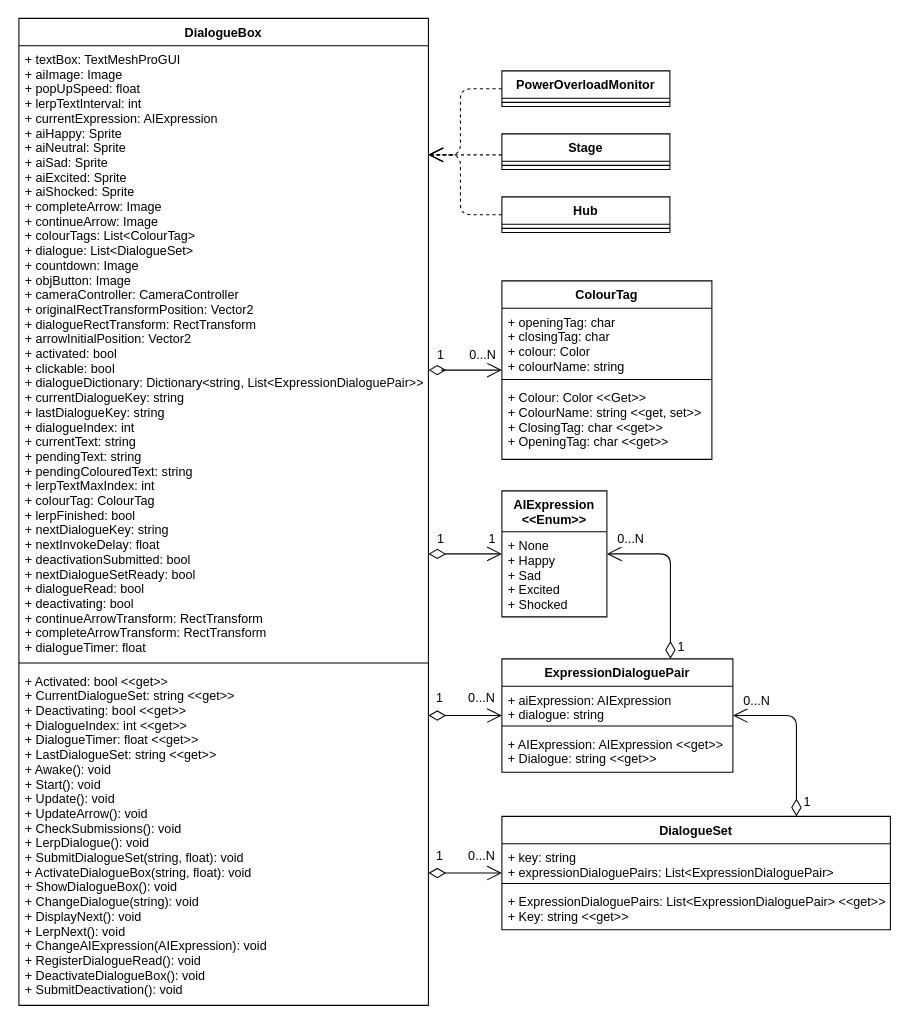
huf0001/COS30031GamesProgramming keeps this draw.io diagram as 31 - DOC - Custom Project D Level/Dialogue Restructure UML.drawio. Above is the earlier version. Source tidied: cells renumbered, new cells numbered last; positions are measured from the earlier drawing's top-left corner, leaving out a move shared by most shapes. Both pictures are drawn from the tidied source at 105%, with x=0, y=0 at pixel (19, 18).
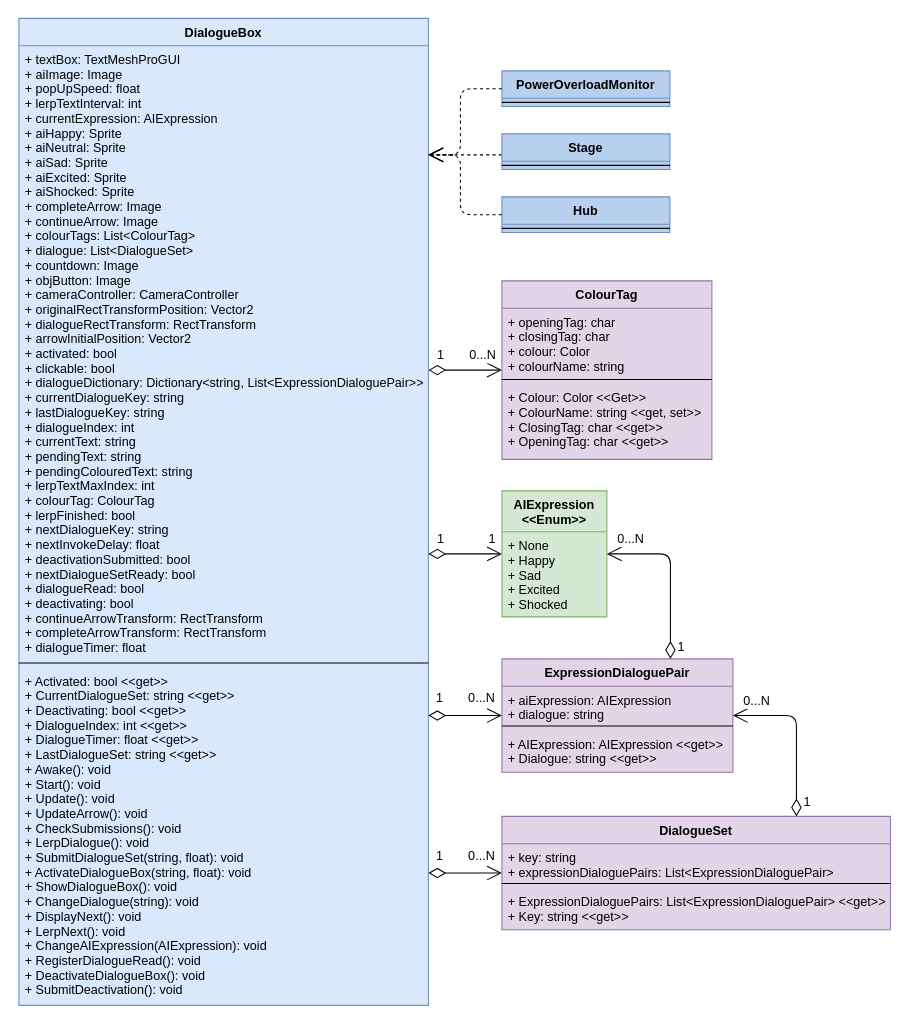
The same diagram, later.

The edit, as a diff of the source:
```diff
@@
-    <mxCell id="2" value="DialogueBox" style="swimlane;fontStyle=1;align=center;verticalAlign=top;horizontal=1;startSize=26;" parent="1" vertex="1">
+    <mxCell id="2" value="DialogueBox" style="swimlane;fontStyle=1;align=center;verticalAlign=top;horizontal=1;startSize=26;fillColor=#dae8fc;strokeColor=#6c8ebf;swimlaneFillColor=#DAE8FC;" parent="1" vertex="1">
       <mxGeometry x="-0.5" width="390" height="940" as="geometry" />
     </mxCell>
@@
-    <mxCell id="6" value="AIExpression&#10;&lt;&lt;Enum&gt;&gt;" style="swimlane;fontStyle=1;align=center;verticalAlign=top;horizontal=1;startSize=39;" parent="1" vertex="1">
+    <mxCell id="6" value="AIExpression&#10;&lt;&lt;Enum&gt;&gt;" style="swimlane;fontStyle=1;align=center;verticalAlign=top;horizontal=1;startSize=39;fillColor=#d5e8d4;strokeColor=#82b366;swimlaneFillColor=#D5E8D4;" parent="1" vertex="1">
       <mxGeometry x="459.5" y="450" width="100" height="120" as="geometry" />
     </mxCell>
@@
-    <mxCell id="8" value="ColourTag" style="swimlane;fontStyle=1;align=center;verticalAlign=top;horizontal=1;startSize=26;" parent="1" vertex="1">
+    <mxCell id="8" value="ColourTag" style="swimlane;fontStyle=1;align=center;verticalAlign=top;horizontal=1;startSize=26;fillColor=#e1d5e7;strokeColor=#9673a6;swimlaneFillColor=#E1D5E7;" parent="1" vertex="1">
       <mxGeometry x="459.5" y="250" width="200" height="170" as="geometry" />
     </mxCell>
@@
-    <mxCell id="12" value="ExpressionDialoguePair" style="swimlane;fontStyle=1;align=center;verticalAlign=top;horizontal=1;startSize=26;" parent="1" vertex="1">
+    <mxCell id="12" value="ExpressionDialoguePair" style="swimlane;fontStyle=1;align=center;verticalAlign=top;horizontal=1;startSize=26;fillColor=#e1d5e7;strokeColor=#9673a6;swimlaneFillColor=#E1D5E7;" parent="1" vertex="1">
       <mxGeometry x="459.5" y="610" width="220" height="108" as="geometry" />
     </mxCell>
@@
-    <mxCell id="16" value="DialogueSet" style="swimlane;fontStyle=1;align=center;verticalAlign=top;horizontal=1;startSize=26;" parent="1" vertex="1">
+    <mxCell id="16" value="DialogueSet" style="swimlane;fontStyle=1;align=center;verticalAlign=top;horizontal=1;startSize=26;fillColor=#e1d5e7;strokeColor=#9673a6;swimlaneFillColor=#E1D5E7;" parent="1" vertex="1">
       <mxGeometry x="459.5" y="760" width="370" height="108" as="geometry" />
     </mxCell>
@@
     <mxCell id="20" style="endArrow=open;html=1;endSize=12;startArrow=diamondThin;startSize=14;startFill=0;edgeStyle=orthogonalEdgeStyle;align=left;verticalAlign=bottom;" parent="1" edge="1" source="2" target="8">
       <mxGeometry x="-0.43" y="25" relative="1" as="geometry">
         <Array as="points">
-          <mxPoint x="399.5" y="335" />
-          <mxPoint x="399.5" y="335" />
+          <mxPoint x="420" y="335" />
+          <mxPoint x="420" y="335" />
         </Array>
       </mxGeometry>
     </mxCell>
@@
-    <mxCell id="39" value="Stage" style="swimlane;fontStyle=1;align=center;verticalAlign=top;horizontal=1;startSize=26;" parent="1" vertex="1">
+    <mxCell id="39" value="Stage" style="swimlane;fontStyle=1;align=center;verticalAlign=top;horizontal=1;startSize=26;fillColor=#B6D0ED;strokeColor=#6c8ebf;swimlaneFillColor=#B6D0ED;" parent="1" vertex="1">
       <mxGeometry x="459.5" y="110" width="160" height="34" as="geometry" />
     </mxCell>
@@
-    <mxCell id="41" value="Hub" style="swimlane;fontStyle=1;align=center;verticalAlign=top;horizontal=1;startSize=26;" parent="1" vertex="1">
+    <mxCell id="41" value="Hub" style="swimlane;fontStyle=1;align=center;verticalAlign=top;horizontal=1;startSize=26;fillColor=#B6D0ED;strokeColor=#6c8ebf;swimlaneFillColor=#B6D0ED;" parent="1" vertex="1">
       <mxGeometry x="459.5" y="170" width="160" height="34" as="geometry" />
     </mxCell>
@@
-    <mxCell id="44" value="PowerOverloadMonitor" style="swimlane;fontStyle=1;align=center;verticalAlign=top;horizontal=1;startSize=26;" parent="1" vertex="1">
+    <mxCell id="44" value="PowerOverloadMonitor" style="swimlane;fontStyle=1;align=center;verticalAlign=top;horizontal=1;startSize=26;fillColor=#B6D0ED;strokeColor=#6c8ebf;swimlaneFillColor=#B6D0ED;" parent="1" vertex="1">
       <mxGeometry x="459.5" y="50" width="160" height="34" as="geometry" />
     </mxCell>
```
